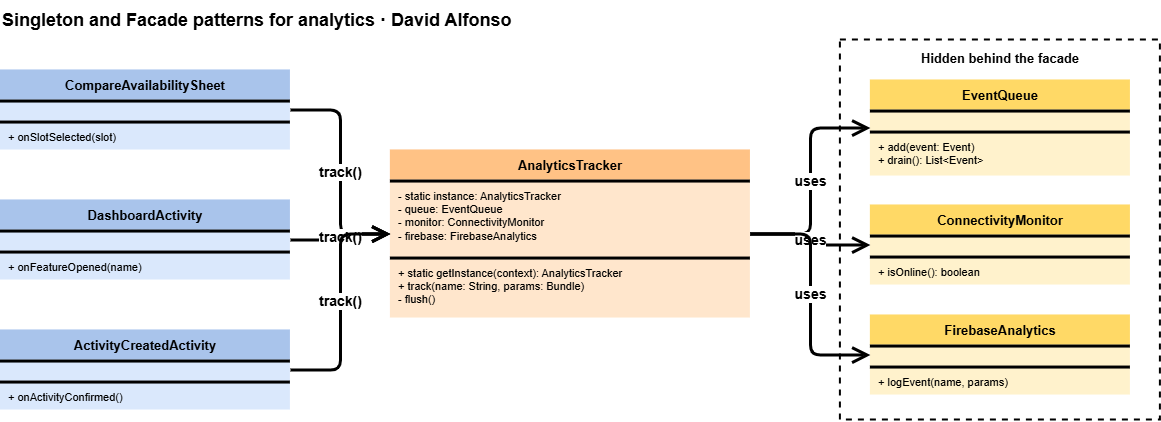
This is img/SingletonandFacade.png from CONSTR-APLICACIONES-MOVILES/Sprint-2-Java, a draw.io export, as it was before one commit. Source tidied: cells renumbered, new cells last; positions are measured from the earlier drawing's top-left corner, leaving out a move shared by most shapes.
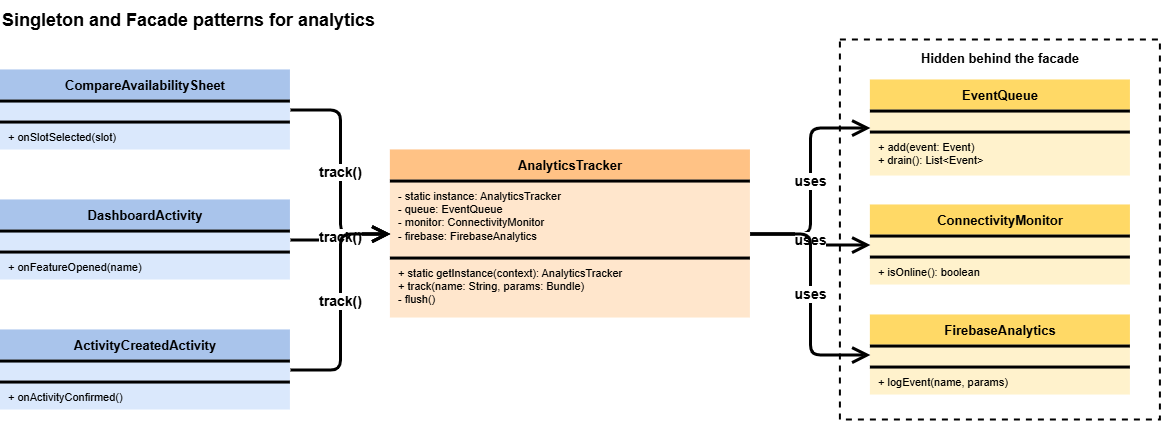
After the commit.

Change to the diagram source:
```diff
@@ -2,7 +2,7 @@
   <root>
     <mxCell id="0" />
     <mxCell id="1" parent="0" />
-    <mxCell id="2" value="Singleton and Facade patterns for analytics · David Alfonso" style="text;html=1;align=left;verticalAlign=middle;fontSize=18;fontStyle=1;fontColor=#000000;" parent="1" vertex="1">
+    <mxCell id="2" value="Singleton and Facade patterns for analytics&amp;nbsp;" style="text;html=1;align=left;verticalAlign=middle;fontSize=18;fontStyle=1;fontColor=#000000;" parent="1" vertex="1">
       <mxGeometry width="1100" height="40" as="geometry" />
     </mxCell>
     <mxCell id="3" value="Hidden behind the facade" style="rounded=0;whiteSpace=wrap;html=1;fillColor=none;strokeColor=#000000;strokeWidth=2;dashed=1;verticalAlign=top;fontStyle=1;fontSize=13;spacingTop=4;" parent="1" vertex="1">
```
